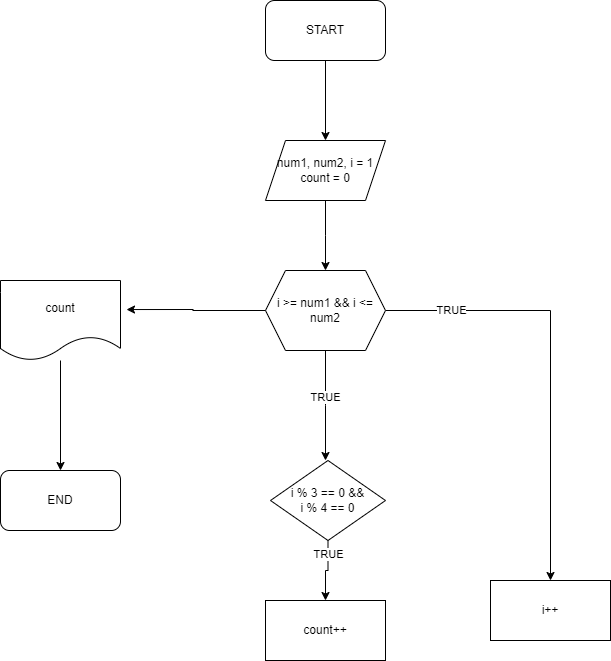
The draw.io diagram Untitled Diagram.drawio (10).png in RevanAliyevCode/LoopExercises, before a commit. Source tidied: cells renumbered, new cells last; positions are measured from the earlier drawing's top-left corner, leaving out a move shared by most shapes.
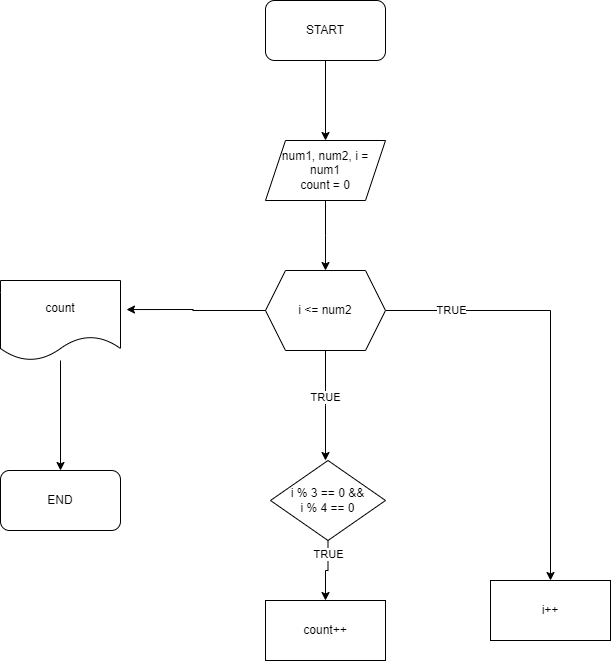
The same file after the commit.

What changed in the source:
```diff
@@ -13,7 +13,7 @@
         <mxPoint x="325" y="270" as="targetPoint" />
       </mxGeometry>
     </mxCell>
-    <mxCell id="5" value="num1, num2, i = 1&lt;div&gt;count = 0&lt;/div&gt;" style="shape=parallelogram;perimeter=parallelogramPerimeter;whiteSpace=wrap;html=1;fixedSize=1;" parent="1" vertex="1">
+    <mxCell id="5" value="num1, num2, i = num1&lt;div&gt;count = 0&lt;/div&gt;" style="shape=parallelogram;perimeter=parallelogramPerimeter;whiteSpace=wrap;html=1;fixedSize=1;" parent="1" vertex="1">
       <mxGeometry x="265" y="140" width="120" height="60" as="geometry" />
     </mxCell>
     <mxCell id="6" style="edgeStyle=orthogonalEdgeStyle;rounded=0;jettySize=auto;html=1;" parent="1" edge="1" source="10">
@@ -30,7 +30,7 @@
     <mxCell id="9" value="TRUE" style="edgeLabel;html=1;align=center;verticalAlign=middle;" parent="8" vertex="1">
       <mxGeometry x="-0.7" y="1" relative="1" as="geometry" />
     </mxCell>
-    <mxCell id="10" value="i &amp;gt;= num1 &amp;amp;&amp;amp; i &amp;lt;= num2" style="shape=hexagon;perimeter=hexagonPerimeter2;whiteSpace=wrap;html=1;fixedSize=1;" parent="1" vertex="1">
+    <mxCell id="10" value="i &amp;lt;= num2" style="shape=hexagon;perimeter=hexagonPerimeter2;whiteSpace=wrap;html=1;fixedSize=1;" parent="1" vertex="1">
       <mxGeometry x="265" y="270" width="120" height="80" as="geometry" />
     </mxCell>
     <mxCell id="11" style="edgeStyle=orthogonalEdgeStyle;rounded=0;jettySize=auto;html=1;entryX=0.5;entryY=0;entryDx=0;entryDy=0;" parent="1" edge="1" source="13" target="14">
```
